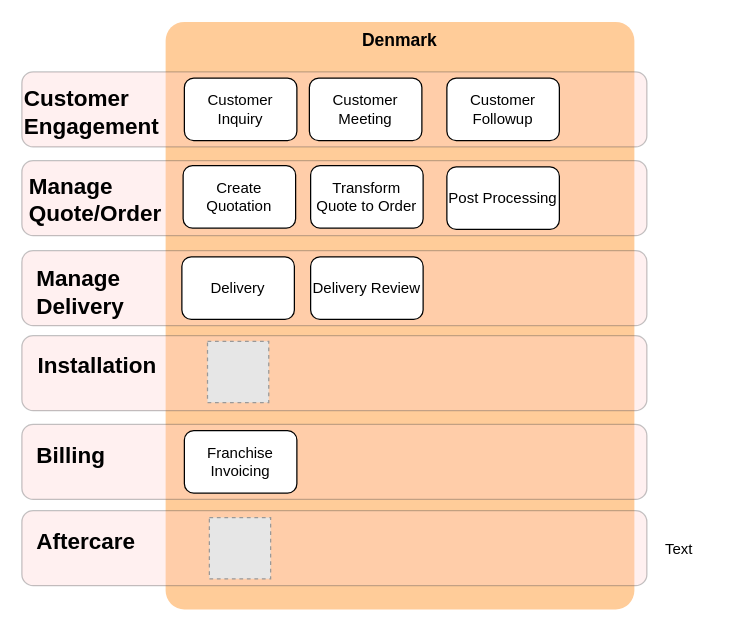
Earlier version of the draw.io diagram page "Franchise/Dealers - Denmark" (9 of 12) of Commercial Model.drawio (mrf742002/Diagrams). Source tidied: cells renumbered, new cells numbered last; positions are measured from the earlier drawing's top-left corner, leaving out a move shared by most shapes. Both pictures are drawn from the tidied source at 125%, with x=0, y=0 at pixel (21, 21). Pictures stored in the file or linked from it are replaced by grey dashed boxes.
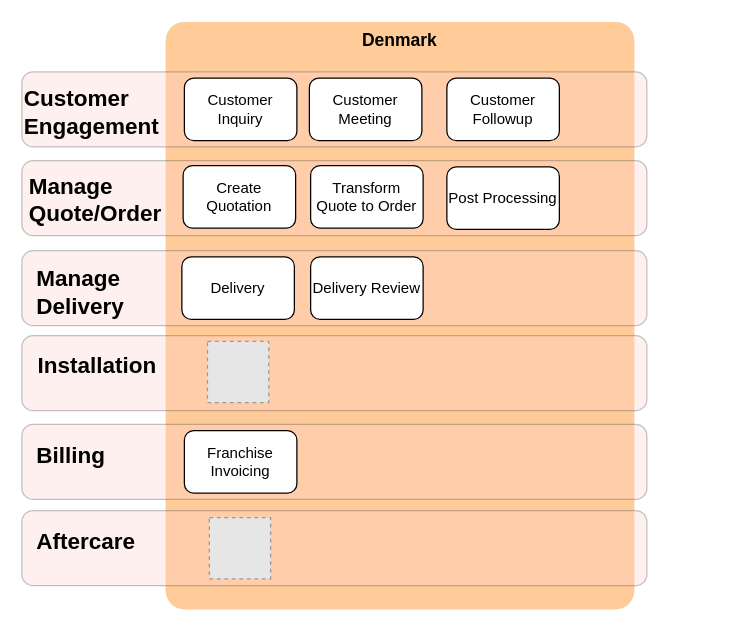
The same page after the edit.

Diff of the diagram source:
```diff
@@
-    <mxCell id="26" value="Text" style="text;html=1;align=left;verticalAlign=top;spacingTop=-4;" parent="1" vertex="1">
-      <mxGeometry x="513" y="412" width="40" height="10" as="geometry" />
-    </mxCell>
```
